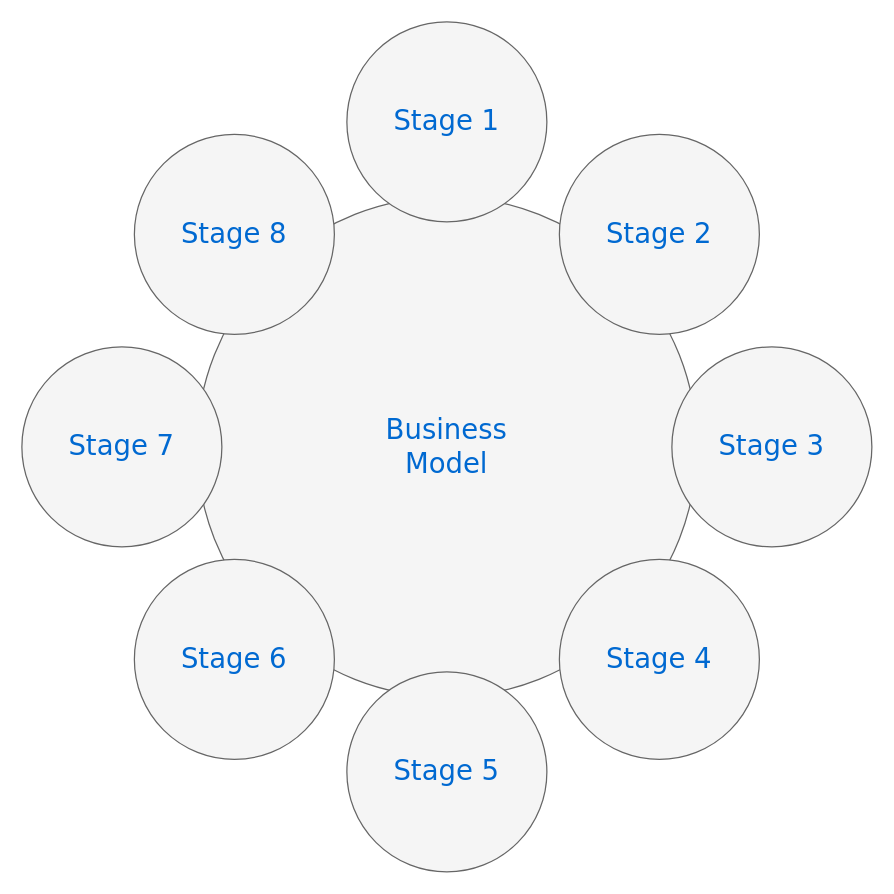
Before: 持续集成的实施过程.drawio in xinyimq/yixinwork, a draw.io diagram. Source tidied: cells renumbered, new cells numbered last; positions are measured from the earlier drawing's top-left corner, leaving out a move shared by most shapes. Both pictures are drawn from the tidied source at 125%, with x=0, y=0 at pixel (21, 21).
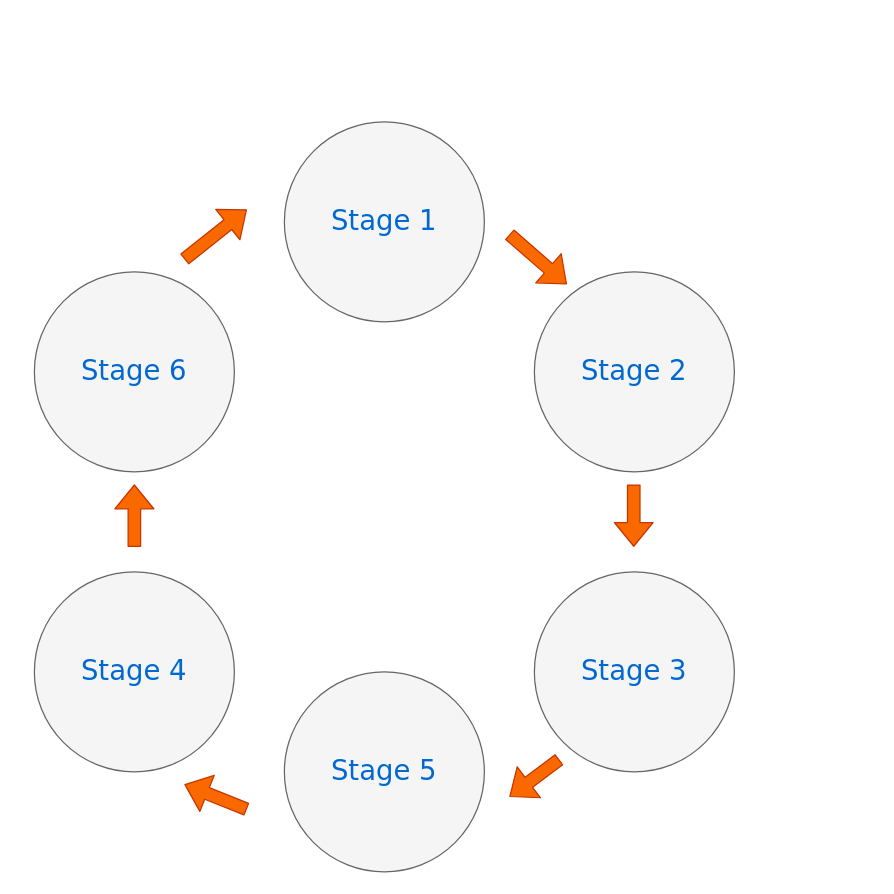
The same diagram, later.

Commit message (it also covers changes not shown here):
Update 持续集成的实施过程.drawio

Change to the diagram source:
```diff
@@
 <mxGraphModel background="#ffffff">
   <root>
     <mxCell id="0" />
     <mxCell id="1" parent="0" />
-    <mxCell id="2" value="Business&lt;div&gt;Model&lt;/div&gt;" style="ellipse;whiteSpace=wrap;html=1;rounded=0;shadow=0;dashed=0;comic=0;fontFamily=Verdana;fontSize=22;fontColor=#0069D1;fillColor=#f5f5f5;strokeColor=#666666;" parent="1" vertex="1">
-      <mxGeometry x="140" y="140" width="400" height="400" as="geometry" />
-    </mxCell>
     <mxCell id="3" value="Stage 1" style="ellipse;whiteSpace=wrap;html=1;rounded=0;shadow=0;dashed=0;comic=0;fontFamily=Verdana;fontSize=22;fontColor=#0069D1;fillColor=#f5f5f5;strokeColor=#666666;" parent="1" vertex="1">
-      <mxGeometry x="260" width="160" height="160" as="geometry" />
+      <mxGeometry x="210" y="80" width="160" height="160" as="geometry" />
     </mxCell>
     <mxCell id="4" value="Stage 5" style="ellipse;whiteSpace=wrap;html=1;rounded=0;shadow=0;dashed=0;comic=0;fontFamily=Verdana;fontSize=22;fontColor=#0069D1;fillColor=#f5f5f5;strokeColor=#666666;" parent="1" vertex="1">
-      <mxGeometry x="260" y="520" width="160" height="160" as="geometry" />
+      <mxGeometry x="210" y="520" width="160" height="160" as="geometry" />
     </mxCell>
     <mxCell id="5" value="Stage 3" style="ellipse;whiteSpace=wrap;html=1;rounded=0;shadow=0;dashed=0;comic=0;fontFamily=Verdana;fontSize=22;fontColor=#0069D1;fillColor=#f5f5f5;strokeColor=#666666;" parent="1" vertex="1">
-      <mxGeometry x="520" y="260" width="160" height="160" as="geometry" />
+      <mxGeometry x="410" y="440" width="160" height="160" as="geometry" />
     </mxCell>
-    <mxCell id="6" value="Stage 7" style="ellipse;whiteSpace=wrap;html=1;rounded=0;shadow=0;dashed=0;comic=0;fontFamily=Verdana;fontSize=22;fontColor=#0069D1;fillColor=#f5f5f5;strokeColor=#666666;" parent="1" vertex="1">
-      <mxGeometry y="260" width="160" height="160" as="geometry" />
-    </mxCell>
-    <mxCell id="7" value="Stage 8" style="ellipse;whiteSpace=wrap;html=1;rounded=0;shadow=0;dashed=0;comic=0;fontFamily=Verdana;fontSize=22;fontColor=#0069D1;fillColor=#f5f5f5;strokeColor=#666666;" parent="1" vertex="1">
-      <mxGeometry x="90" y="90" width="160" height="160" as="geometry" />
-    </mxCell>
     <mxCell id="8" value="Stage 2" style="ellipse;whiteSpace=wrap;html=1;rounded=0;shadow=0;dashed=0;comic=0;fontFamily=Verdana;fontSize=22;fontColor=#0069D1;fillColor=#f5f5f5;strokeColor=#666666;" parent="1" vertex="1">
-      <mxGeometry x="430" y="90" width="160" height="160" as="geometry" />
+      <mxGeometry x="410" y="200" width="160" height="160" as="geometry" />
     </mxCell>
     <mxCell id="9" value="Stage 4" style="ellipse;whiteSpace=wrap;html=1;rounded=0;shadow=0;dashed=0;comic=0;fontFamily=Verdana;fontSize=22;fontColor=#0069D1;fillColor=#f5f5f5;strokeColor=#666666;" parent="1" vertex="1">
-      <mxGeometry x="430" y="430" width="160" height="160" as="geometry" />
+      <mxGeometry x="10" y="440" width="160" height="160" as="geometry" />
     </mxCell>
     <mxCell id="10" value="Stage 6" style="ellipse;whiteSpace=wrap;html=1;rounded=0;shadow=0;dashed=0;comic=0;fontFamily=Verdana;fontSize=22;fontColor=#0069D1;fillColor=#f5f5f5;strokeColor=#666666;" parent="1" vertex="1">
-      <mxGeometry x="90" y="430" width="160" height="160" as="geometry" />
+      <mxGeometry x="10" y="200" width="160" height="160" as="geometry" />
     </mxCell>
+    <mxCell id="11" style="shape=flexArrow;endArrow=classic;html=1;fillColor=#fa6800;strokeColor=#C73500;" parent="1" edge="1">
+      <mxGeometry relative="1" as="geometry">
+        <mxPoint x="390" y="170" as="sourcePoint" />
+        <mxPoint x="436" y="210" as="targetPoint" />
+      </mxGeometry>
+    </mxCell>
+    <mxCell id="12" style="shape=flexArrow;endArrow=classic;html=1;fillColor=#fa6800;strokeColor=#C73500;" parent="1" edge="1">
+      <mxGeometry relative="1" as="geometry">
+        <mxPoint x="489.5" y="370" as="sourcePoint" />
+        <mxPoint x="489.5" y="420" as="targetPoint" />
+      </mxGeometry>
+    </mxCell>
+    <mxCell id="13" style="shape=flexArrow;endArrow=classic;html=1;fillColor=#fa6800;strokeColor=#C73500;" parent="1" edge="1">
+      <mxGeometry relative="1" as="geometry">
+        <mxPoint x="430" y="590" as="sourcePoint" />
+        <mxPoint x="390" y="620" as="targetPoint" />
+      </mxGeometry>
+    </mxCell>
+    <mxCell id="14" style="shape=flexArrow;endArrow=classic;html=1;fillColor=#fa6800;strokeColor=#C73500;" parent="1" edge="1">
+      <mxGeometry relative="1" as="geometry">
+        <mxPoint x="90" y="420" as="sourcePoint" />
+        <mxPoint x="90" y="370" as="targetPoint" />
+      </mxGeometry>
+    </mxCell>
+    <mxCell id="15" style="shape=flexArrow;endArrow=classic;html=1;fillColor=#fa6800;strokeColor=#C73500;" parent="1" edge="1">
+      <mxGeometry relative="1" as="geometry">
+        <mxPoint x="180" y="630" as="sourcePoint" />
+        <mxPoint x="130" y="610" as="targetPoint" />
+      </mxGeometry>
+    </mxCell>
+    <mxCell id="16" style="shape=flexArrow;endArrow=classic;html=1;fillColor=#fa6800;strokeColor=#C73500;" parent="1" edge="1">
+      <mxGeometry relative="1" as="geometry">
+        <mxPoint x="130" y="190" as="sourcePoint" />
+        <mxPoint x="180" y="150" as="targetPoint" />
+      </mxGeometry>
+    </mxCell>
   </root>
 </mxGraphModel>
```
